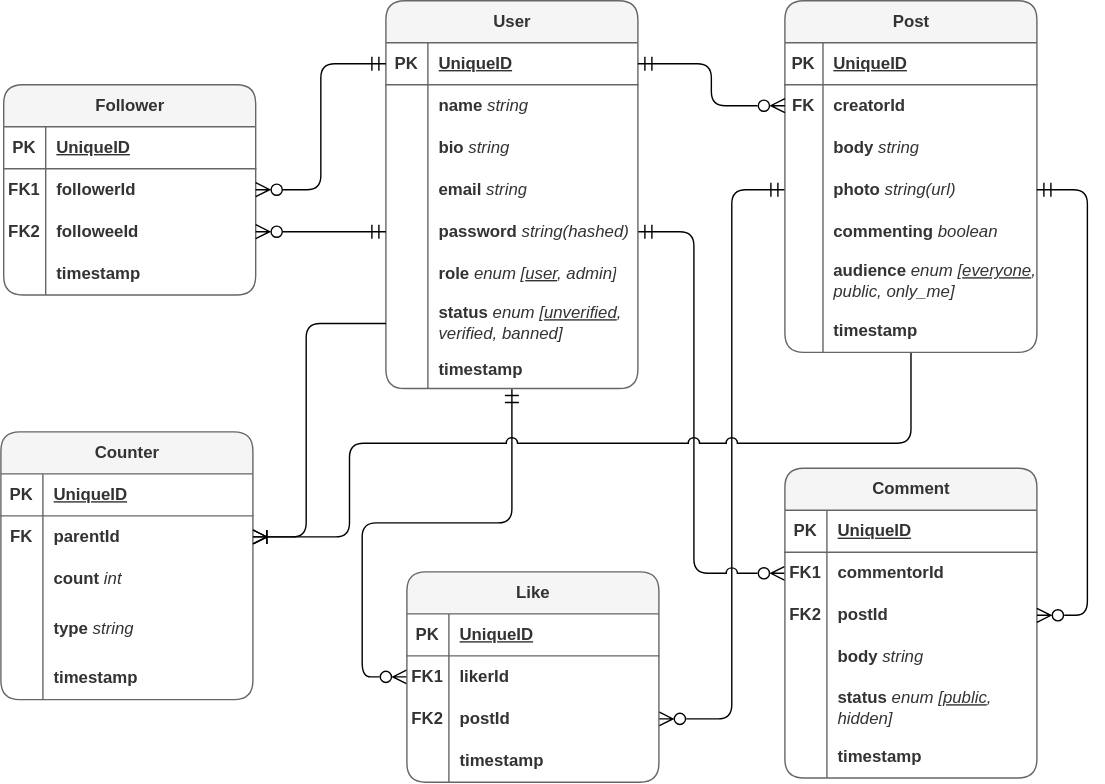
prantiknoor/my-social-media keeps this draw.io diagram as er-diagram.drawio.svg. Above is the earlier version. Source tidied: cells renumbered, new cells last; positions are measured from the earlier drawing's top-left corner, leaving out a move shared by most shapes.
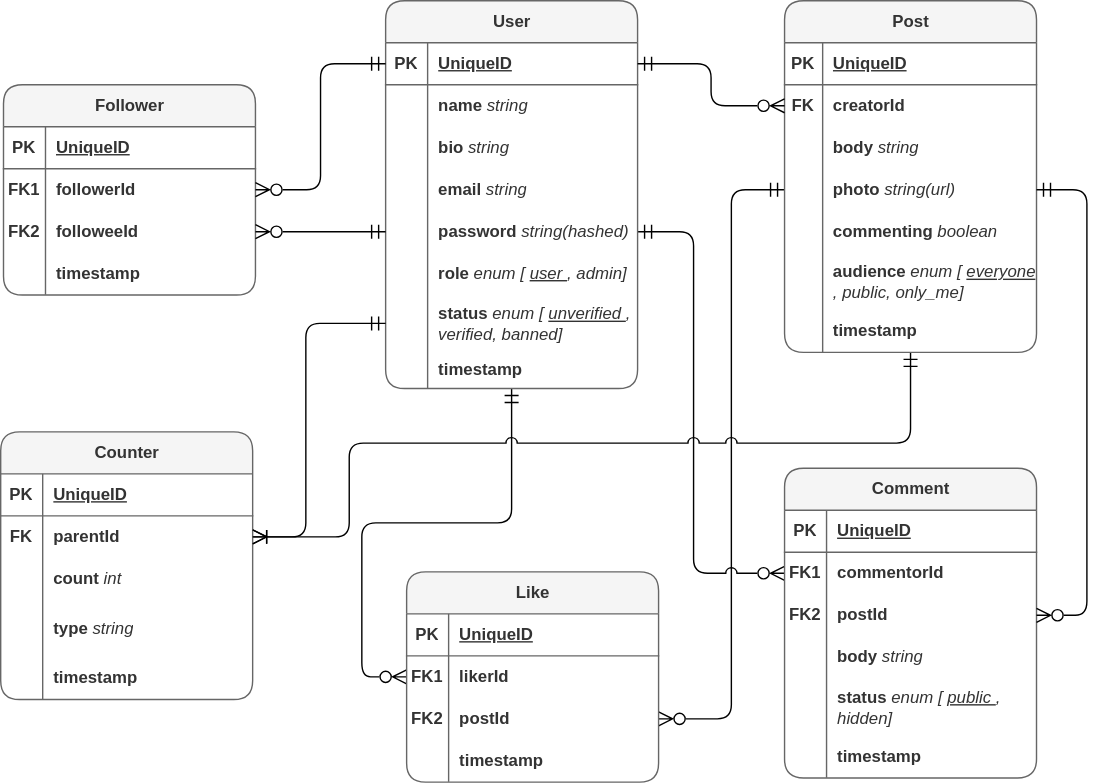
The same diagram one commit later.

Commit message:
Update ER Diagram (relation of Counter)

Diff of the diagram source:
```diff
@@ -102,7 +102,7 @@
     <mxCell id="29" value="&lt;b&gt;timestamp&lt;/b&gt;" style="shape=partialRectangle;fillColor=none;top=0;left=0;bottom=0;right=0;align=left;spacingLeft=6;overflow=hidden;whiteSpace=wrap;html=1;rounded=1;strokeColor=#666666;fontFamily=Helvetica;fontSize=12;fontColor=#333333;startSize=30;" parent="27" vertex="1">
       <mxGeometry x="30" width="150" height="26" as="geometry" />
     </mxCell>
-    <mxCell id="30" style="edgeStyle=orthogonalEdgeStyle;shape=connector;rounded=1;jumpStyle=arc;jumpSize=8;jettySize=auto;html=1;labelBackgroundColor=default;strokeColor=default;fontFamily=Helvetica;fontSize=12;fontColor=#333333;startArrow=none;startFill=0;endArrow=ERoneToMany;endFill=0;startSize=8;endSize=8;entryX=1;entryY=0.5;entryDx=0;entryDy=0;" parent="1" edge="1" source="31" target="89">
+    <mxCell id="30" style="edgeStyle=orthogonalEdgeStyle;shape=connector;rounded=1;jumpStyle=arc;jumpSize=8;jettySize=auto;html=1;labelBackgroundColor=default;strokeColor=default;fontFamily=Helvetica;fontSize=12;fontColor=#333333;startArrow=ERmandOne;startFill=0;endArrow=ERoneToMany;endFill=0;startSize=8;endSize=8;entryX=1;entryY=0.5;entryDx=0;entryDy=0;" parent="1" edge="1" source="31" target="89">
       <mxGeometry relative="1" as="geometry">
         <Array as="points">
           <mxPoint x="650" y="316" />
@@ -377,7 +377,7 @@
     <mxCell id="117" style="edgeStyle=orthogonalEdgeStyle;shape=connector;rounded=1;jumpStyle=arc;jumpSize=8;jettySize=auto;html=1;entryX=1;entryY=0.5;entryDx=0;entryDy=0;labelBackgroundColor=default;strokeColor=default;fontFamily=Helvetica;fontSize=12;fontColor=#333333;startArrow=ERmandOne;startFill=0;endArrow=ERzeroToMany;endFill=0;startSize=8;endSize=8;exitX=0;exitY=0.5;exitDx=0;exitDy=0;" parent="1" edge="1" source="18" target="79">
       <mxGeometry relative="1" as="geometry" />
     </mxCell>
-    <mxCell id="118" style="edgeStyle=orthogonalEdgeStyle;shape=connector;rounded=1;jumpStyle=arc;jumpSize=8;jettySize=auto;html=1;entryX=1;entryY=0.5;entryDx=0;entryDy=0;labelBackgroundColor=default;strokeColor=default;fontFamily=Helvetica;fontSize=12;fontColor=#333333;startArrow=none;startFill=0;endArrow=ERoneToMany;endFill=0;startSize=8;endSize=8;" parent="1" edge="1" source="24" target="89">
+    <mxCell id="118" style="edgeStyle=orthogonalEdgeStyle;shape=connector;rounded=1;jumpStyle=arc;jumpSize=8;jettySize=auto;html=1;entryX=1;entryY=0.5;entryDx=0;entryDy=0;labelBackgroundColor=default;strokeColor=default;fontFamily=Helvetica;fontSize=12;fontColor=#333333;startArrow=ERmandOne;startFill=0;endArrow=ERoneToMany;endFill=0;startSize=8;endSize=8;" parent="1" edge="1" source="24" target="89">
       <mxGeometry relative="1" as="geometry">
         <Array as="points">
           <mxPoint x="218" y="231" />
```
